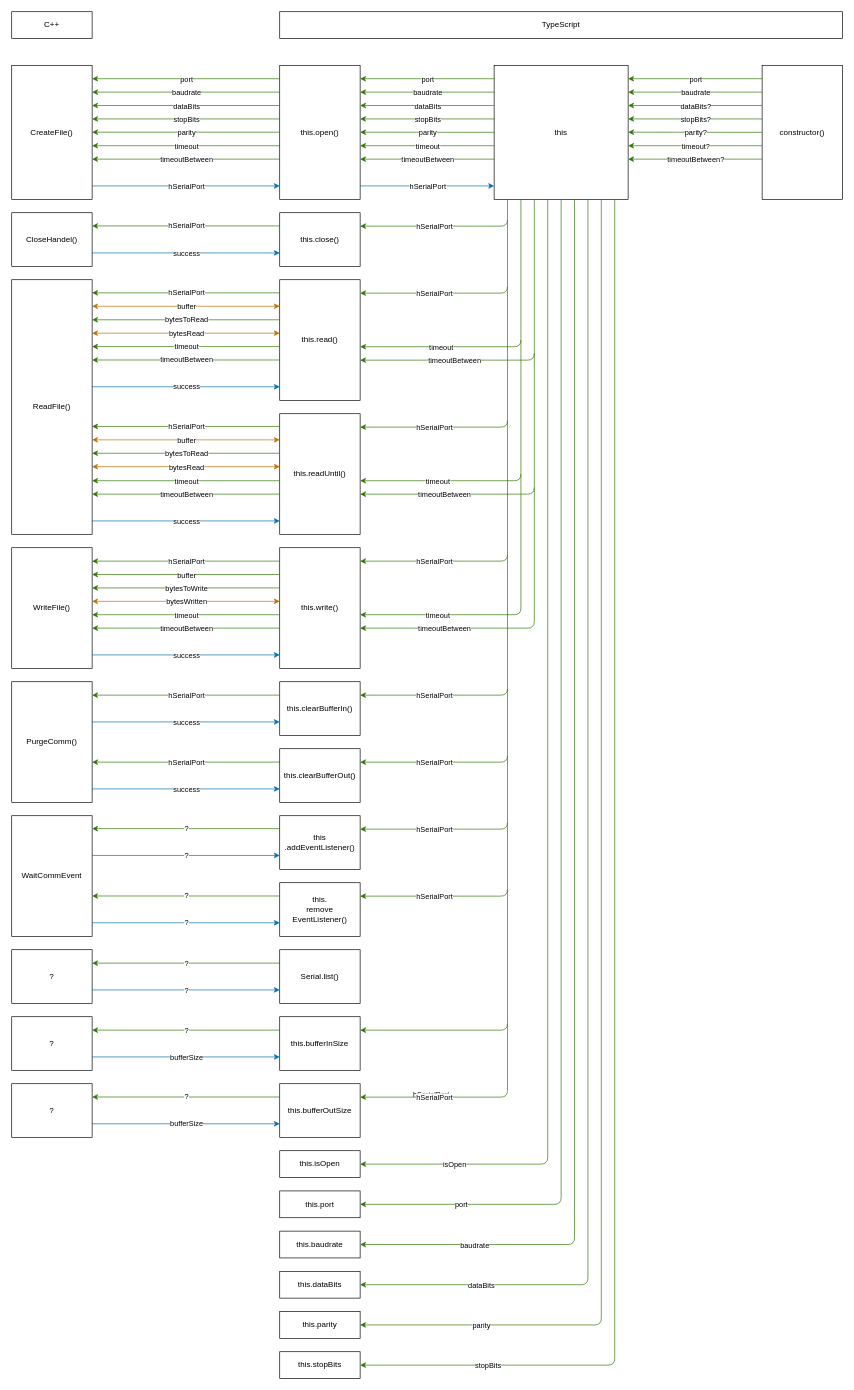
The draw.io diagram schnittstelle.drawio in TypeScriptPlayground/Serial, before the edit. Source tidied: cells renumbered, new cells numbered last; positions are measured from the earlier drawing's top-left corner, leaving out a move shared by most shapes. Both pictures are drawn from the tidied source at 67%, with x=0, y=0 at pixel (11, 11).
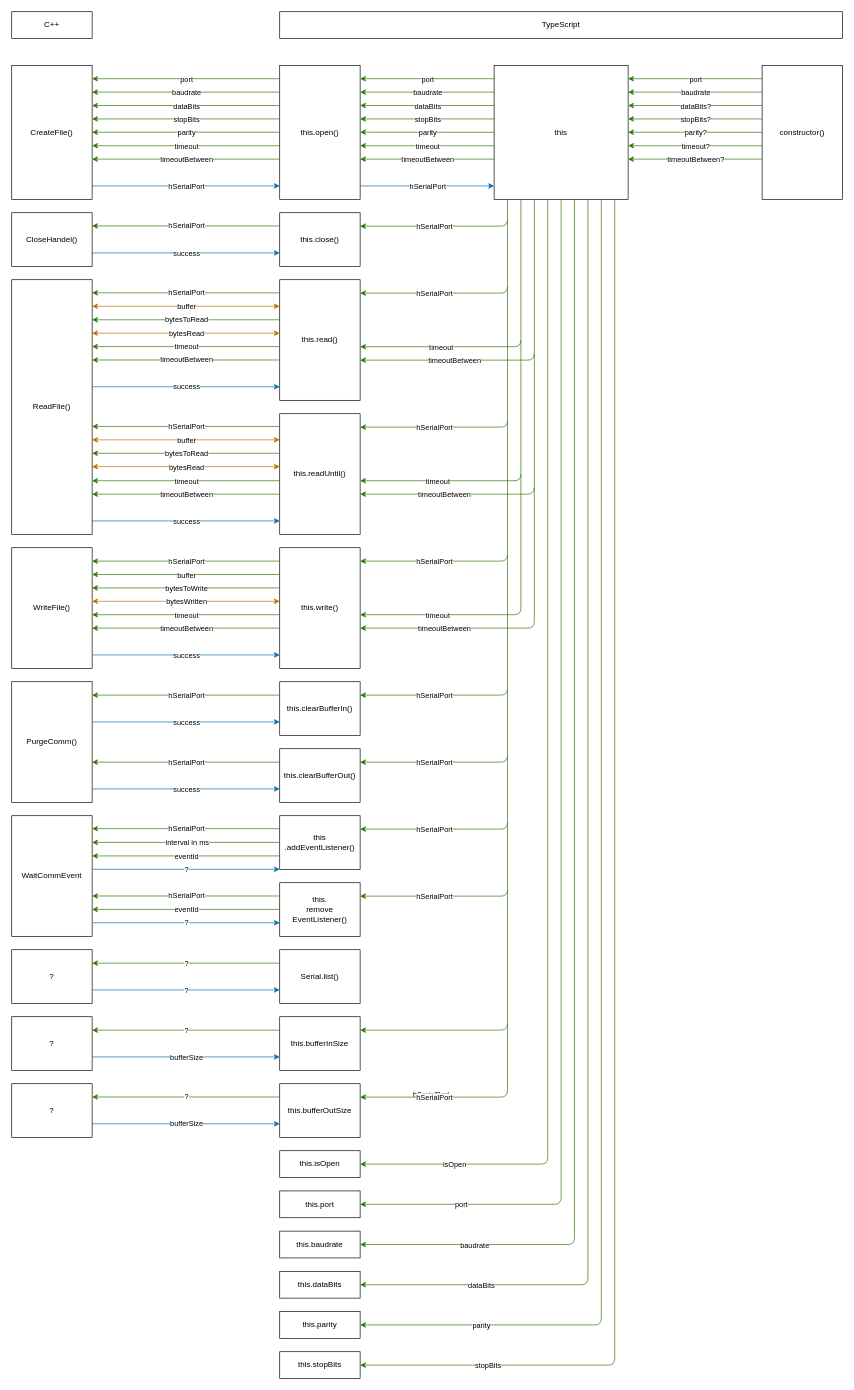
Above is the later version.

Commit message:
docs: :sparkles: added purgecomm and waitcommevent in drawio

Unchanged cells that the change refers to:
```xml
<mxCell id="187" style="endArrow=classic;html=1;fillColor=#60a917;strokeColor=#2D7600;" parent="1" edge="1">
  <mxGeometry relative="1" as="geometry">
    <mxPoint x="400" y="1219.3" as="sourcePoint" />
    <mxPoint x="120" y="1219.3" as="targetPoint" />
  </mxGeometry>
</mxCell>
<mxCell id="191" style="endArrow=classic;html=1;fillColor=#60a917;strokeColor=#2D7600;" parent="1" edge="1">
  <mxGeometry relative="1" as="geometry">
    <mxPoint x="400" y="1319.8" as="sourcePoint" />
    <mxPoint x="120" y="1319.8" as="targetPoint" />
  </mxGeometry>
</mxCell>
```

The edit, as a diff of the source:
```diff
@@
     <mxCell id="84" style="endArrow=classic;html=1;fillColor=#60a917;strokeColor=#2D7600;" parent="1" edge="1">
       <mxGeometry relative="1" as="geometry">
         <mxPoint x="400" y="1420" as="sourcePoint" />
         <mxPoint x="120" y="1420" as="targetPoint" />
+        <Array as="points">
+          <mxPoint x="260" y="1420" />
+        </Array>
       </mxGeometry>
     </mxCell>
@@
     <mxCell id="185" style="endArrow=classic;html=1;fillColor=#1ba1e2;strokeColor=#006EAF;" parent="1" edge="1">
       <mxGeometry relative="1" as="geometry">
-        <mxPoint x="120" y="1259.3" as="sourcePoint" />
-        <mxPoint x="400" y="1259.3" as="targetPoint" />
+        <mxPoint x="120" y="1280" as="sourcePoint" />
+        <mxPoint x="400" y="1280" as="targetPoint" />
       </mxGeometry>
     </mxCell>
@@
-    <mxCell id="188" value="?" style="edgeLabel;html=1;align=center;verticalAlign=middle;" parent="187" vertex="1">
+    <mxCell id="188" value="hSerialPort" style="edgeLabel;html=1;align=center;verticalAlign=middle;" parent="187" vertex="1">
       <mxGeometry relative="1" as="geometry" />
     </mxCell>
@@
-    <mxCell id="192" value="?" style="edgeLabel;html=1;align=center;verticalAlign=middle;" parent="191" vertex="1">
+    <mxCell id="192" value="hSerialPort" style="edgeLabel;html=1;align=center;verticalAlign=middle;" parent="191" vertex="1">
       <mxGeometry relative="1" as="geometry" />
     </mxCell>
@@
+    <mxCell id="197" style="endArrow=classic;html=1;fillColor=#60a917;strokeColor=#2D7600;" parent="1" edge="1">
+      <mxGeometry relative="1" as="geometry">
+        <mxPoint x="400" y="1239.8" as="sourcePoint" />
+        <mxPoint x="120" y="1239.8" as="targetPoint" />
+      </mxGeometry>
+    </mxCell>
+    <mxCell id="198" value="interval in ms" style="edgeLabel;html=1;align=center;verticalAlign=middle;" parent="197" vertex="1">
+      <mxGeometry relative="1" as="geometry">
+        <mxPoint x="1" as="offset" />
+      </mxGeometry>
+    </mxCell>
+    <mxCell id="199" style="endArrow=classic;html=1;fillColor=#60a917;strokeColor=#2D7600;" parent="1" edge="1">
+      <mxGeometry relative="1" as="geometry">
+        <mxPoint x="400" y="1260" as="sourcePoint" />
+        <mxPoint x="120" y="1260" as="targetPoint" />
+      </mxGeometry>
+    </mxCell>
+    <mxCell id="200" value="eventId" style="edgeLabel;html=1;align=center;verticalAlign=middle;" parent="199" vertex="1">
+      <mxGeometry relative="1" as="geometry" />
+    </mxCell>
+    <mxCell id="201" style="endArrow=classic;html=1;fillColor=#60a917;strokeColor=#2D7600;" parent="1" edge="1">
+      <mxGeometry relative="1" as="geometry">
+        <mxPoint x="400" y="1339.8" as="sourcePoint" />
+        <mxPoint x="120" y="1339.8" as="targetPoint" />
+      </mxGeometry>
+    </mxCell>
+    <mxCell id="202" value="eventId" style="edgeLabel;html=1;align=center;verticalAlign=middle;" parent="201" vertex="1">
+      <mxGeometry relative="1" as="geometry" />
+    </mxCell>
```
